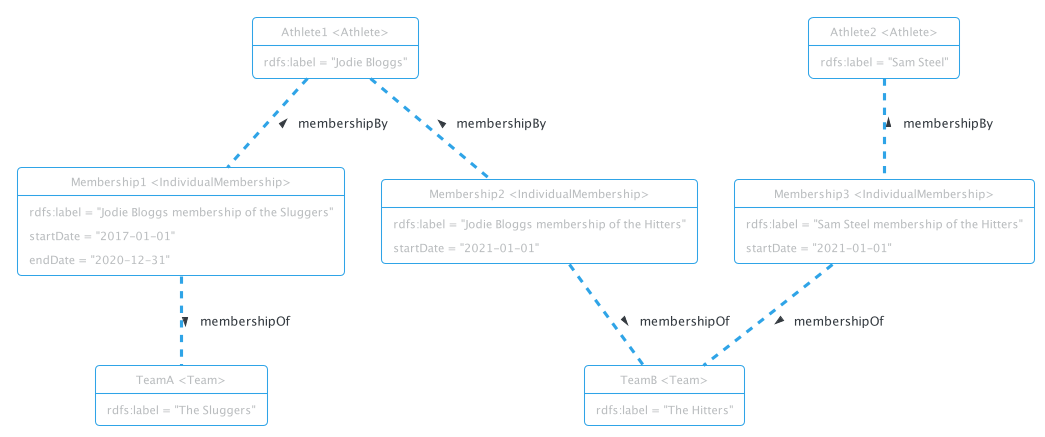
Before: docs/diagrams/athlete-membership-team.png, a diagram exported from PlantUML (iptc/sport-schema).
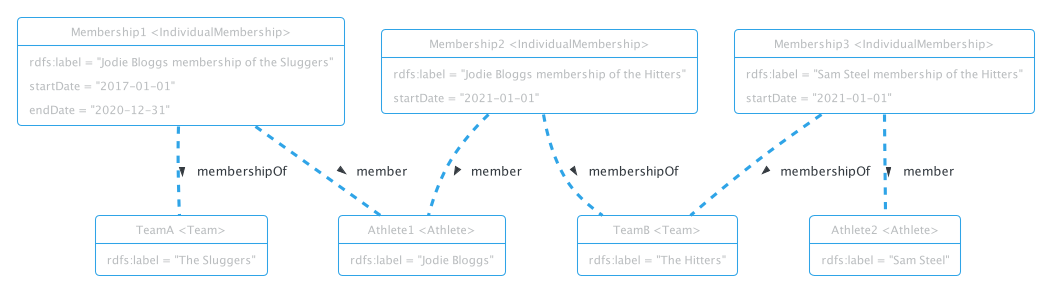
After the change.

The edit, as a diff of the source:
```diff
@@ -33,10 +33,10 @@
   rdfs:label = "The Hitters"
 }
 
-Athlete1 .. Membership1 : < membershipBy
+Membership1 .. Athlete1 : > member
 Membership1 .. TeamA : > membershipOf
-Athlete1 .. Membership2 : < membershipBy
+Membership2 .. Athlete1 : > member
 Membership2 .. TeamB : > membershipOf
-Athlete2 .. Membership3 : < membershipBy
+Membership3 .. Athlete2 : > member
 Membership3 .. TeamB : > membershipOf
 @enduml
```
